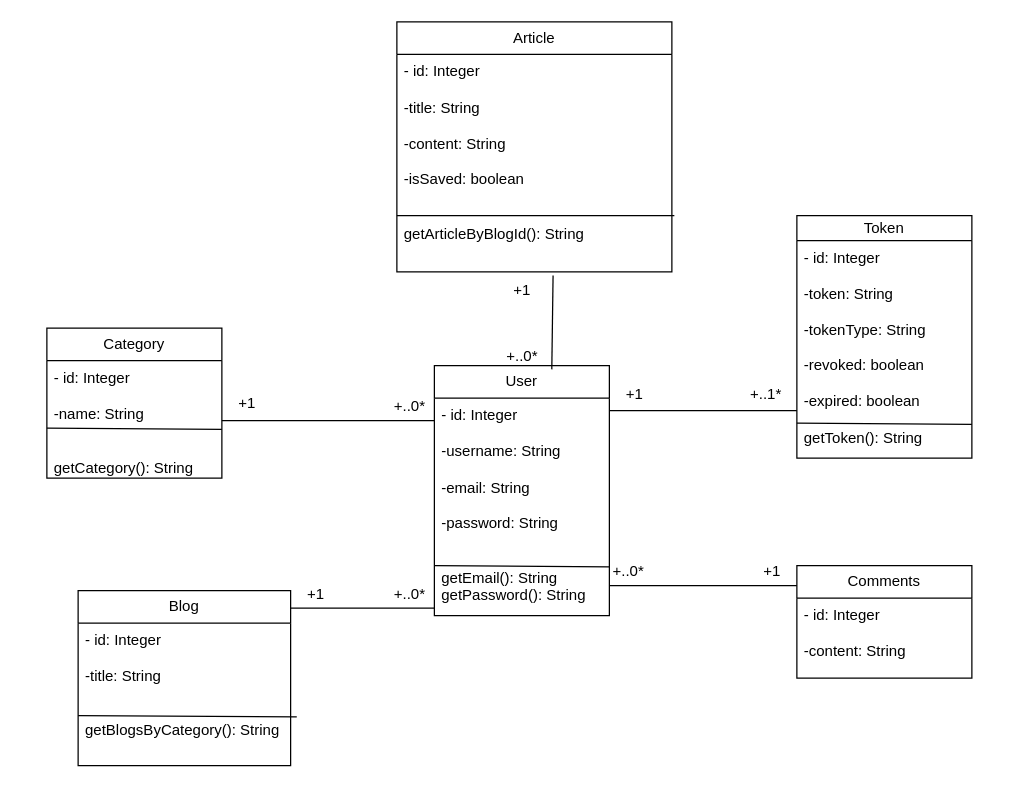
Ali0908/BDD_UML keeps this draw.io diagram as page "Diagramme de classe" (4 of 8) of Diagramme sans nom.drawio. Above is the earlier version. Source tidied: cells renumbered, new cells numbered last; positions are measured from the earlier drawing's top-left corner, leaving out a move shared by most shapes. Both pictures are drawn from the tidied source at 125%, with x=0, y=0 at pixel (46, 21).
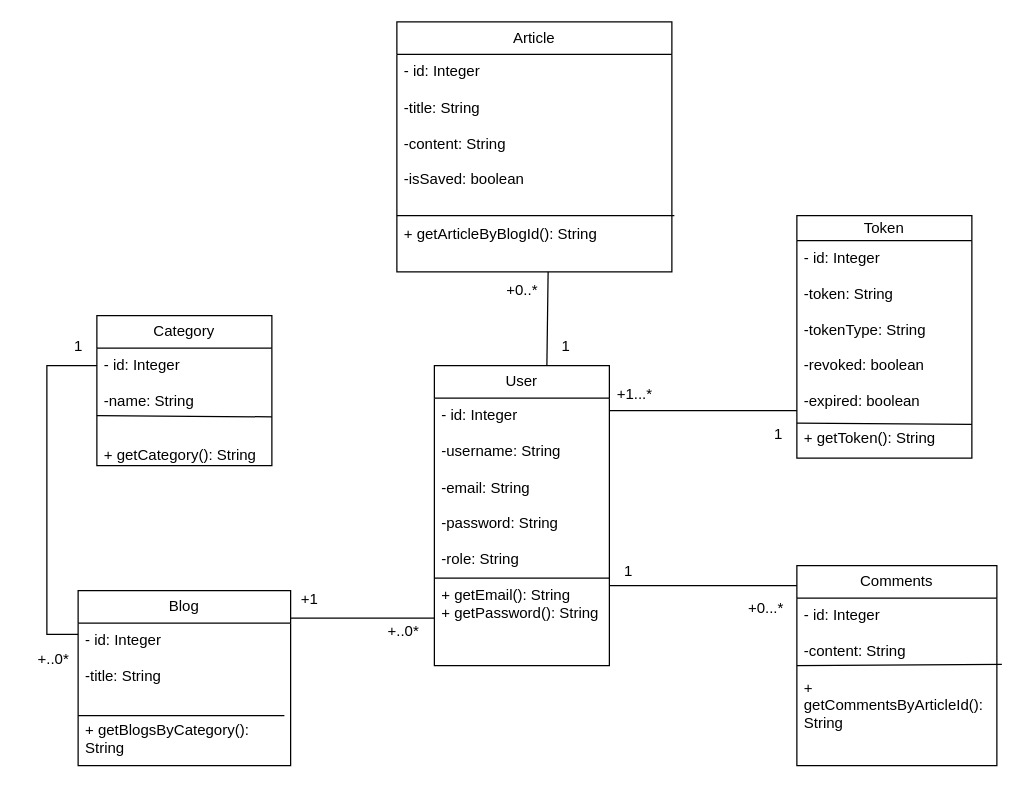
The same page after the edit.

The change refers to these unchanged cells:
```xml
<mxCell id="5" value="Blog" style="swimlane;fontStyle=0;horizontal=1;startSize=26;fillColor=none;whiteSpace=wrap;html=1;" parent="1" vertex="1">
  <mxGeometry x="25" y="455" width="170" height="140" as="geometry" />
</mxCell>
<mxCell id="8" value="Article" style="swimlane;fontStyle=0;horizontal=1;startSize=26;fillColor=none;whiteSpace=wrap;html=1;" parent="1" vertex="1">
  <mxGeometry x="280" width="220" height="200" as="geometry" />
</mxCell>
<mxCell id="13" value="Token" style="swimlane;fontStyle=0;horizontal=1;startSize=20;fillColor=none;whiteSpace=wrap;html=1;" parent="1" vertex="1">
  <mxGeometry x="600" y="155" width="140" height="194" as="geometry" />
</mxCell>
```

Diff of the diagram source:
```diff
@@
     <mxCell id="2" value="User" style="swimlane;fontStyle=0;horizontal=1;startSize=26;fillColor=none;whiteSpace=wrap;html=1;" parent="1" vertex="1">
-      <mxGeometry x="310" y="275" width="140" height="200" as="geometry" />
+      <mxGeometry x="310" y="275" width="140" height="240" as="geometry" />
     </mxCell>
-    <mxCell id="3" value="&lt;div&gt;- id: Integer&lt;/div&gt;&lt;div&gt;&lt;br&gt;&lt;/div&gt;&lt;div&gt;-username: String&lt;/div&gt;&lt;div&gt;&lt;br&gt;&lt;/div&gt;&lt;div&gt;-email: String&lt;/div&gt;&lt;div&gt;&lt;br&gt;&lt;/div&gt;&lt;div&gt;-password: String&lt;br&gt;&lt;/div&gt;&lt;div&gt;&lt;br&gt;&lt;/div&gt;&lt;div&gt;&lt;br&gt;&lt;/div&gt;&lt;div&gt;getEmail(): String&lt;/div&gt;&lt;div&gt;getPassword(): String&lt;/div&gt;" style="text;strokeColor=none;fillColor=none;align=left;verticalAlign=top;spacingLeft=4;spacingRight=4;overflow=hidden;points=[[0,0.5],[1,0.5]];portConstraint=eastwest;whiteSpace=wrap;html=1;" parent="2" vertex="1">
-      <mxGeometry y="26" width="140" height="174" as="geometry" />
+    <mxCell id="3" value="&lt;div&gt;- id: Integer&lt;/div&gt;&lt;div&gt;&lt;br&gt;&lt;/div&gt;&lt;div&gt;-username: String&lt;/div&gt;&lt;div&gt;&lt;br&gt;&lt;/div&gt;&lt;div&gt;-email: String&lt;/div&gt;&lt;div&gt;&lt;br&gt;&lt;/div&gt;&lt;div&gt;-password: String&lt;br&gt;&lt;/div&gt;&lt;div&gt;&lt;br&gt;&lt;/div&gt;&lt;div&gt;-role: String&lt;/div&gt;&lt;div&gt;&lt;br&gt;&lt;/div&gt;&lt;div&gt;+ getEmail(): String&lt;/div&gt;&lt;div&gt;+ getPassword(): String&lt;/div&gt;" style="text;strokeColor=none;fillColor=none;align=left;verticalAlign=top;spacingLeft=4;spacingRight=4;overflow=hidden;points=[[0,0.5],[1,0.5]];portConstraint=eastwest;whiteSpace=wrap;html=1;" parent="2" vertex="1">
+      <mxGeometry y="26" width="140" height="214" as="geometry" />
     </mxCell>
-    <mxCell id="4" style="endArrow=none;html=1;rounded=0;entryX=1;entryY=0.776;entryDx=0;entryDy=0;entryPerimeter=0;" parent="2" edge="1" target="3">
+    <mxCell id="4" style="endArrow=none;html=1;rounded=0;" parent="2" edge="1">
       <mxGeometry relative="1" as="geometry">
-        <mxPoint y="160" as="sourcePoint" />
+        <mxPoint y="170" as="sourcePoint" />
+        <mxPoint x="140" y="170" as="targetPoint" />
       </mxGeometry>
     </mxCell>
@@
-    <mxCell id="6" value="&lt;div&gt;- id: Integer&lt;/div&gt;&lt;div&gt;&lt;br&gt;&lt;/div&gt;&lt;div&gt;-title: String&lt;br&gt;&lt;/div&gt;&lt;div&gt;&lt;br&gt;&lt;/div&gt;&lt;div&gt;&lt;br&gt;&lt;/div&gt;&lt;div&gt;getBlogsByCategory(): String&lt;br&gt;&lt;/div&gt;" style="text;strokeColor=none;fillColor=none;align=left;verticalAlign=top;spacingLeft=4;spacingRight=4;overflow=hidden;points=[[0,0.5],[1,0.5]];portConstraint=eastwest;whiteSpace=wrap;html=1;" parent="5" vertex="1">
+    <mxCell id="6" value="&lt;div&gt;- id: Integer&lt;/div&gt;&lt;div&gt;&lt;br&gt;&lt;/div&gt;&lt;div&gt;-title: String&lt;br&gt;&lt;/div&gt;&lt;div&gt;&lt;br&gt;&lt;/div&gt;&lt;div&gt;&lt;br&gt;&lt;/div&gt;&lt;div&gt;+ getBlogsByCategory(): String&lt;br&gt;&lt;/div&gt;" style="text;strokeColor=none;fillColor=none;align=left;verticalAlign=top;spacingLeft=4;spacingRight=4;overflow=hidden;points=[[0,0.5],[1,0.5]];portConstraint=eastwest;whiteSpace=wrap;html=1;" parent="5" vertex="1">
       <mxGeometry y="26" width="170" height="114" as="geometry" />
     </mxCell>
-    <mxCell id="7" style="endArrow=none;html=1;rounded=0;entryX=1.029;entryY=0.658;entryDx=0;entryDy=0;entryPerimeter=0;" parent="5" edge="1" target="6">
+    <mxCell id="7" style="endArrow=none;html=1;rounded=0;" parent="5" edge="1">
       <mxGeometry relative="1" as="geometry">
         <mxPoint y="100" as="sourcePoint" />
+        <mxPoint x="165" y="100" as="targetPoint" />
       </mxGeometry>
     </mxCell>
@@
-    <mxCell id="9" value="&lt;div&gt;- id: Integer&lt;/div&gt;&lt;div&gt;&lt;br&gt;&lt;/div&gt;&lt;div&gt;-title: String&lt;/div&gt;&lt;div&gt;&lt;br&gt;&lt;/div&gt;&lt;div&gt;-content: String&lt;/div&gt;&lt;div&gt;&lt;br&gt;&lt;/div&gt;&lt;div&gt;-isSaved: boolean&lt;br&gt;&lt;/div&gt;&lt;div&gt;&lt;br&gt;&lt;/div&gt;&lt;div&gt;&lt;br&gt;&lt;/div&gt;&lt;div&gt;getArticleByBlogId(): String&lt;br&gt;&lt;/div&gt;" style="text;strokeColor=none;fillColor=none;align=left;verticalAlign=top;spacingLeft=4;spacingRight=4;overflow=hidden;points=[[0,0.5],[1,0.5]];portConstraint=eastwest;whiteSpace=wrap;html=1;" parent="8" vertex="1">
+    <mxCell id="9" value="&lt;div&gt;- id: Integer&lt;/div&gt;&lt;div&gt;&lt;br&gt;&lt;/div&gt;&lt;div&gt;-title: String&lt;/div&gt;&lt;div&gt;&lt;br&gt;&lt;/div&gt;&lt;div&gt;-content: String&lt;/div&gt;&lt;div&gt;&lt;br&gt;&lt;/div&gt;&lt;div&gt;-isSaved: boolean&lt;br&gt;&lt;/div&gt;&lt;div&gt;&lt;br&gt;&lt;/div&gt;&lt;div&gt;&lt;br&gt;&lt;/div&gt;&lt;div&gt;+ getArticleByBlogId(): String&lt;br&gt;&lt;/div&gt;" style="text;strokeColor=none;fillColor=none;align=left;verticalAlign=top;spacingLeft=4;spacingRight=4;overflow=hidden;points=[[0,0.5],[1,0.5]];portConstraint=eastwest;whiteSpace=wrap;html=1;" parent="8" vertex="1">
       <mxGeometry y="26" width="220" height="174" as="geometry" />
     </mxCell>
@@
     <mxCell id="11" value="Comments" style="swimlane;fontStyle=0;horizontal=1;startSize=26;fillColor=none;whiteSpace=wrap;html=1;" parent="1" vertex="1">
-      <mxGeometry x="600" y="435" width="140" height="90" as="geometry" />
+      <mxGeometry x="600" y="435" width="160" height="160" as="geometry" />
     </mxCell>
-    <mxCell id="12" value="&lt;div&gt;- id: Integer&lt;/div&gt;&lt;div&gt;&lt;br&gt;&lt;/div&gt;&lt;div&gt;-content: String&lt;br&gt;&lt;/div&gt;" style="text;strokeColor=none;fillColor=none;align=left;verticalAlign=top;spacingLeft=4;spacingRight=4;overflow=hidden;points=[[0,0.5],[1,0.5]];portConstraint=eastwest;whiteSpace=wrap;html=1;" parent="11" vertex="1">
-      <mxGeometry y="26" width="140" height="64" as="geometry" />
+    <mxCell id="12" value="&lt;div&gt;- id: Integer&lt;/div&gt;&lt;div&gt;&lt;br&gt;&lt;/div&gt;&lt;div&gt;-content: String&lt;br&gt;&lt;/div&gt;&lt;div&gt;&lt;br&gt;&lt;/div&gt;&lt;div&gt;+ getCommentsByArticleId(): String&lt;/div&gt;" style="text;strokeColor=none;fillColor=none;align=left;verticalAlign=top;spacingLeft=4;spacingRight=4;overflow=hidden;points=[[0,0.5],[1,0.5]];portConstraint=eastwest;whiteSpace=wrap;html=1;" parent="11" vertex="1">
+      <mxGeometry y="26" width="160" height="134" as="geometry" />
     </mxCell>
+    <mxCell id="34" style="endArrow=none;html=1;rounded=0;entryX=1.025;entryY=0.396;entryDx=0;entryDy=0;entryPerimeter=0;" parent="11" edge="1" target="12">
+      <mxGeometry relative="1" as="geometry">
+        <mxPoint y="80" as="sourcePoint" />
+      </mxGeometry>
+    </mxCell>
@@
-    <mxCell id="14" value="&lt;div&gt;- id: Integer&lt;/div&gt;&lt;div&gt;&lt;br&gt;&lt;/div&gt;&lt;div&gt;-token: String&lt;/div&gt;&lt;div&gt;&lt;br&gt;&lt;/div&gt;&lt;div&gt;-tokenType: String&lt;/div&gt;&lt;div&gt;&lt;br&gt;&lt;/div&gt;&lt;div&gt;-revoked: boolean&lt;/div&gt;&lt;div&gt;&lt;br&gt;&lt;/div&gt;&lt;div&gt;-expired: boolean&lt;br&gt;&lt;/div&gt;&lt;div&gt;&lt;br&gt;&lt;/div&gt;&lt;div&gt;getToken(): String&lt;br&gt;&lt;/div&gt;" style="text;strokeColor=none;fillColor=none;align=left;verticalAlign=top;spacingLeft=4;spacingRight=4;overflow=hidden;whiteSpace=wrap;html=1;" parent="13" vertex="1">
+    <mxCell id="14" value="&lt;div&gt;- id: Integer&lt;/div&gt;&lt;div&gt;&lt;br&gt;&lt;/div&gt;&lt;div&gt;-token: String&lt;/div&gt;&lt;div&gt;&lt;br&gt;&lt;/div&gt;&lt;div&gt;-tokenType: String&lt;/div&gt;&lt;div&gt;&lt;br&gt;&lt;/div&gt;&lt;div&gt;-revoked: boolean&lt;/div&gt;&lt;div&gt;&lt;br&gt;&lt;/div&gt;&lt;div&gt;-expired: boolean&lt;br&gt;&lt;/div&gt;&lt;div&gt;&lt;br&gt;&lt;/div&gt;&lt;div&gt;+ getToken(): String&lt;br&gt;&lt;/div&gt;" style="text;strokeColor=none;fillColor=none;align=left;verticalAlign=top;spacingLeft=4;spacingRight=4;overflow=hidden;whiteSpace=wrap;html=1;" parent="13" vertex="1">
       <mxGeometry y="20" width="140" height="174" as="geometry" />
     </mxCell>
@@
     <mxCell id="16" value="Category" style="swimlane;fontStyle=0;horizontal=1;startSize=26;fillColor=none;whiteSpace=wrap;html=1;" parent="1" vertex="1">
-      <mxGeometry y="245" width="140" height="120" as="geometry" />
+      <mxGeometry x="40" y="235" width="140" height="120" as="geometry" />
     </mxCell>
@@
-    <mxCell id="18" value="&lt;div&gt;- id: Integer&lt;/div&gt;&lt;div&gt;&lt;br&gt;&lt;/div&gt;&lt;div&gt;-name: String&lt;br&gt;&lt;/div&gt;&lt;div&gt;&lt;br&gt;&lt;/div&gt;&lt;div&gt;&lt;br&gt;&lt;/div&gt;getCategory(): String" style="text;strokeColor=none;fillColor=none;align=left;verticalAlign=top;spacingLeft=4;spacingRight=4;overflow=hidden;whiteSpace=wrap;html=1;" parent="16" vertex="1">
+    <mxCell id="18" value="&lt;div&gt;- id: Integer&lt;/div&gt;&lt;div&gt;&lt;br&gt;&lt;/div&gt;&lt;div&gt;-name: String&lt;br&gt;&lt;/div&gt;&lt;div&gt;&lt;br&gt;&lt;/div&gt;&lt;div&gt;&lt;br&gt;&lt;/div&gt;+ getCategory(): String" style="text;strokeColor=none;fillColor=none;align=left;verticalAlign=top;spacingLeft=4;spacingRight=4;overflow=hidden;whiteSpace=wrap;html=1;" parent="16" vertex="1">
       <mxGeometry y="26" width="140" height="94" as="geometry" />
     </mxCell>
-    <mxCell id="19" style="line;strokeWidth=1;fillColor=none;align=left;verticalAlign=middle;spacingTop=-1;spacingLeft=3;spacingRight=3;labelPosition=right;strokeColor=inherit;" parent="1" vertex="1">
-      <mxGeometry x="140" y="315" width="170" height="8" as="geometry" />
-    </mxCell>
     <mxCell id="20" style="line;strokeWidth=1;fillColor=none;align=left;verticalAlign=middle;spacingTop=-1;spacingLeft=3;spacingRight=3;labelPosition=right;strokeColor=inherit;" parent="1" vertex="1">
-      <mxGeometry x="195" y="465" width="115" height="8" as="geometry" />
+      <mxGeometry x="195" y="473" width="115" height="8" as="geometry" />
     </mxCell>
@@
-    <mxCell id="23" style="endArrow=none;html=1;rounded=0;exitX=0.671;exitY=0.015;exitDx=0;exitDy=0;exitPerimeter=0;entryX=0.568;entryY=1.017;entryDx=0;entryDy=0;entryPerimeter=0;" parent="1" edge="1" source="2" target="9">
-      <mxGeometry relative="1" as="geometry" />
+    <mxCell id="23" style="endArrow=none;html=1;rounded=0;entryX=0.92;entryY=0;entryDx=0;entryDy=0;entryPerimeter=0;" parent="1" edge="1" target="25">
+      <mxGeometry relative="1" as="geometry">
+        <mxPoint x="400" y="275" as="sourcePoint" />
+      </mxGeometry>
     </mxCell>
-    <mxCell id="24" value="+..0*" style="text;html=1;align=center;verticalAlign=middle;strokeColor=none;fillColor=none;" parent="1" vertex="1">
-      <mxGeometry x="355" y="253" width="50" height="30" as="geometry" />
-    </mxCell>
-    <mxCell id="25" value="+1" style="text;html=1;align=center;verticalAlign=middle;points=[];strokeColor=none;fillColor=none;" parent="1" vertex="1">
-      <mxGeometry x="360" y="200" width="40" height="30" as="geometry" />
+    <mxCell id="25" value="+0..*" style="text;html=1;align=center;verticalAlign=middle;points=[];strokeColor=none;fillColor=none;" parent="1" vertex="1">
+      <mxGeometry x="355" y="200" width="50" height="30" as="geometry" />
     </mxCell>
-    <mxCell id="26" value="+..0*" style="text;html=1;align=center;verticalAlign=middle;strokeColor=none;fillColor=none;" parent="1" vertex="1">
-      <mxGeometry x="265" y="293" width="50" height="30" as="geometry" />
-    </mxCell>
-    <mxCell id="27" value="+1" style="text;html=1;align=center;verticalAlign=middle;strokeColor=none;fillColor=none;" parent="1" vertex="1">
-      <mxGeometry x="140" y="290" width="40" height="30" as="geometry" />
-    </mxCell>
     <mxCell id="28" value="+..0*" style="text;html=1;align=center;verticalAlign=middle;strokeColor=none;fillColor=none;" parent="1" vertex="1">
-      <mxGeometry x="265" y="443" width="50" height="30" as="geometry" />
+      <mxGeometry x="260" y="473" width="50" height="30" as="geometry" />
     </mxCell>
     <mxCell id="29" value="+1" style="text;html=1;align=center;verticalAlign=middle;strokeColor=none;fillColor=none;" parent="1" vertex="1">
-      <mxGeometry x="195" y="443" width="40" height="30" as="geometry" />
+      <mxGeometry x="190" y="447" width="40" height="30" as="geometry" />
     </mxCell>
-    <mxCell id="30" value="+..0*" style="text;html=1;align=center;verticalAlign=middle;strokeColor=none;fillColor=none;" parent="1" vertex="1">
-      <mxGeometry x="440" y="425" width="50" height="30" as="geometry" />
+    <mxCell id="30" value="1" style="text;html=1;align=center;verticalAlign=middle;strokeColor=none;fillColor=none;" parent="1" vertex="1">
+      <mxGeometry x="450" y="425" width="30" height="30" as="geometry" />
     </mxCell>
-    <mxCell id="31" value="+1" style="text;html=1;align=center;verticalAlign=middle;strokeColor=none;fillColor=none;" parent="1" vertex="1">
-      <mxGeometry x="560" y="425" width="40" height="30" as="geometry" />
+    <mxCell id="31" value="+0...*" style="text;html=1;align=center;verticalAlign=middle;strokeColor=none;fillColor=none;" parent="1" vertex="1">
+      <mxGeometry x="550" y="454" width="50" height="30" as="geometry" />
     </mxCell>
-    <mxCell id="32" value="+1" style="text;html=1;align=center;verticalAlign=middle;strokeColor=none;fillColor=none;" parent="1" vertex="1">
-      <mxGeometry x="450" y="283" width="40" height="30" as="geometry" />
+    <mxCell id="32" value="+1...*" style="text;html=1;align=center;verticalAlign=middle;strokeColor=none;fillColor=none;" parent="1" vertex="1">
+      <mxGeometry x="445" y="283" width="50" height="30" as="geometry" />
     </mxCell>
-    <mxCell id="33" value="+..1*" style="text;html=1;align=center;verticalAlign=middle;strokeColor=none;fillColor=none;" parent="1" vertex="1">
-      <mxGeometry x="550" y="283" width="50" height="30" as="geometry" />
+    <mxCell id="33" value="1" style="text;html=1;align=center;verticalAlign=middle;strokeColor=none;fillColor=none;" parent="1" vertex="1">
+      <mxGeometry x="570" y="315" width="30" height="30" as="geometry" />
     </mxCell>
+    <mxCell id="35" style="endArrow=none;html=1;rounded=0;" parent="1" edge="1">
+      <mxGeometry relative="1" as="geometry">
+        <mxPoint x="40" y="275" as="sourcePoint" />
+        <mxPoint x="25" y="490" as="targetPoint" />
+        <Array as="points">
+          <mxPoint y="275" />
+          <mxPoint y="385" />
+          <mxPoint y="490" />
+        </Array>
+      </mxGeometry>
+    </mxCell>
+    <mxCell id="36" value="1" style="text;html=1;align=center;verticalAlign=middle;strokeColor=none;fillColor=none;" parent="1" vertex="1">
+      <mxGeometry x="10" y="245" width="30" height="30" as="geometry" />
+    </mxCell>
+    <mxCell id="37" value="+..0*" style="text;html=1;align=center;verticalAlign=middle;strokeColor=none;fillColor=none;" parent="1" vertex="1">
+      <mxGeometry x="-20" y="495" width="50" height="30" as="geometry" />
+    </mxCell>
+    <mxCell id="38" value="1" style="text;html=1;align=center;verticalAlign=middle;strokeColor=none;fillColor=none;" parent="1" vertex="1">
+      <mxGeometry x="400" y="245" width="30" height="30" as="geometry" />
+    </mxCell>
```
